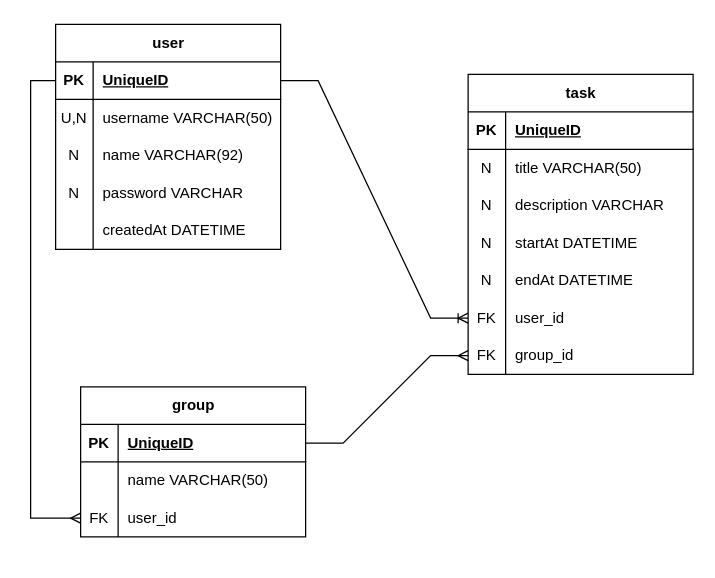
Earlier version of the draw.io diagram Diagrama sem nome.drawio (Julia-Teixeira/todolist-Java). Source tidied: cells renumbered, new cells numbered last; positions are measured from the earlier drawing's top-left corner, leaving out a move shared by most shapes. Both pictures are drawn from the tidied source at 125%, with x=0, y=0 at pixel (30, 24).
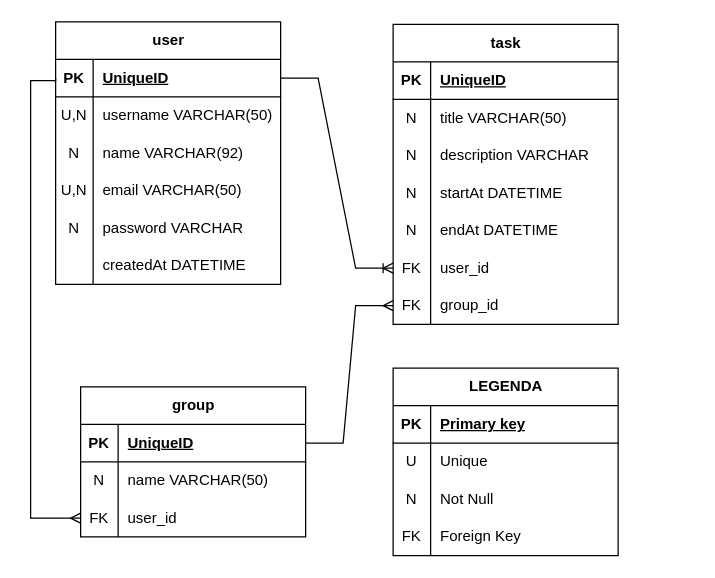
After the change.

The change refers to these unchanged cells:
```xml
<mxCell id="45" style="shape=tableRow;horizontal=0;startSize=0;swimlaneHead=0;swimlaneBody=0;fillColor=none;top=0;left=0;right=0;bottom=0;" parent="41" vertex="1">
  <mxGeometry y="60" width="180" height="30" as="geometry" />
</mxCell>
```

Change to the diagram source:
```diff
@@
     <mxCell id="2" value="user" style="shape=table;startSize=30;childLayout=tableLayout;rowLines=0;fontStyle=1;align=center;html=1;" parent="1" vertex="1">
-      <mxGeometry x="20" width="180" height="180" as="geometry" />
+      <mxGeometry x="20" y="-2" width="180" height="210" as="geometry" />
     </mxCell>
@@
+    <mxCell id="53" style="shape=tableRow;horizontal=0;startSize=0;swimlaneHead=0;swimlaneBody=0;fillColor=none;top=0;left=0;right=0;bottom=0;" parent="2" vertex="1">
+      <mxGeometry y="120" width="180" height="30" as="geometry" />
+    </mxCell>
+    <mxCell id="54" value="U,N" style="shape=partialRectangle;fillColor=none;top=0;left=0;bottom=0;right=0;overflow=hidden;whiteSpace=wrap;html=1;" parent="53" vertex="1">
+      <mxGeometry width="30" height="30" as="geometry" />
+    </mxCell>
+    <mxCell id="55" value="email VARCHAR(50)" style="shape=partialRectangle;fillColor=none;top=0;left=0;bottom=0;right=0;align=left;spacingLeft=6;overflow=hidden;whiteSpace=wrap;html=1;" parent="53" vertex="1">
+      <mxGeometry x="30" width="150" height="30" as="geometry" />
+    </mxCell>
     <mxCell id="12" style="shape=tableRow;horizontal=0;startSize=0;swimlaneHead=0;swimlaneBody=0;fillColor=none;top=0;left=0;right=0;bottom=0;" parent="2" vertex="1">
-      <mxGeometry y="120" width="180" height="30" as="geometry" />
+      <mxGeometry y="150" width="180" height="30" as="geometry" />
     </mxCell>
@@
     <mxCell id="15" style="shape=tableRow;horizontal=0;startSize=0;swimlaneHead=0;swimlaneBody=0;fillColor=none;top=0;left=0;right=0;bottom=0;" parent="2" vertex="1">
-      <mxGeometry y="150" width="180" height="30" as="geometry" />
+      <mxGeometry y="180" width="180" height="30" as="geometry" />
     </mxCell>
@@
     <mxCell id="18" value="task" style="shape=table;startSize=30;childLayout=tableLayout;rowLines=0;fontStyle=1;align=center;html=1;" parent="1" vertex="1">
-      <mxGeometry x="350" y="40" width="180" height="240" as="geometry" />
+      <mxGeometry x="290" width="180" height="240" as="geometry" />
     </mxCell>
@@
-    <mxCell id="46" style="shape=partialRectangle;fillColor=none;top=0;left=0;bottom=0;right=0;overflow=hidden;whiteSpace=wrap;html=1;" parent="45" vertex="1">
+    <mxCell id="46" value="N" style="shape=partialRectangle;fillColor=none;top=0;left=0;bottom=0;right=0;overflow=hidden;whiteSpace=wrap;html=1;" parent="45" vertex="1">
       <mxGeometry width="30" height="30" as="geometry" />
     </mxCell>
@@
+    <mxCell id="56" value="LEGENDA" style="shape=table;startSize=30;childLayout=tableLayout;rowLines=0;fontStyle=1;align=center;html=1;" parent="1" vertex="1">
+      <mxGeometry x="290" y="275" width="180" height="150" as="geometry" />
+    </mxCell>
+    <mxCell id="57" style="shape=tableRow;horizontal=0;startSize=0;swimlaneHead=0;swimlaneBody=0;fillColor=none;top=0;left=0;right=0;bottom=1;" parent="56" vertex="1">
+      <mxGeometry y="30" width="180" height="30" as="geometry" />
+    </mxCell>
+    <mxCell id="58" value="PK" style="shape=partialRectangle;fillColor=none;top=0;left=0;bottom=0;right=0;fontStyle=1;overflow=hidden;whiteSpace=wrap;html=1;" parent="57" vertex="1">
+      <mxGeometry width="30" height="30" as="geometry" />
+    </mxCell>
+    <mxCell id="59" value="Primary key" style="shape=partialRectangle;fillColor=none;top=0;left=0;bottom=0;right=0;align=left;spacingLeft=6;fontStyle=5;overflow=hidden;whiteSpace=wrap;html=1;" parent="57" vertex="1">
+      <mxGeometry x="30" width="150" height="30" as="geometry" />
+    </mxCell>
+    <mxCell id="60" style="shape=tableRow;horizontal=0;startSize=0;swimlaneHead=0;swimlaneBody=0;fillColor=none;top=0;left=0;right=0;bottom=0;" parent="56" vertex="1">
+      <mxGeometry y="60" width="180" height="30" as="geometry" />
+    </mxCell>
+    <mxCell id="61" value="U" style="shape=partialRectangle;fillColor=none;top=0;left=0;bottom=0;right=0;overflow=hidden;whiteSpace=wrap;html=1;" parent="60" vertex="1">
+      <mxGeometry width="30" height="30" as="geometry" />
+    </mxCell>
+    <mxCell id="62" value="Unique" style="shape=partialRectangle;fillColor=none;top=0;left=0;bottom=0;right=0;align=left;spacingLeft=6;overflow=hidden;whiteSpace=wrap;html=1;" parent="60" vertex="1">
+      <mxGeometry x="30" width="150" height="30" as="geometry" />
+    </mxCell>
+    <mxCell id="63" style="shape=tableRow;horizontal=0;startSize=0;swimlaneHead=0;swimlaneBody=0;fillColor=none;top=0;left=0;right=0;bottom=0;" parent="56" vertex="1">
+      <mxGeometry y="90" width="180" height="30" as="geometry" />
+    </mxCell>
+    <mxCell id="64" value="N" style="shape=partialRectangle;fillColor=none;top=0;left=0;bottom=0;right=0;overflow=hidden;whiteSpace=wrap;html=1;" parent="63" vertex="1">
+      <mxGeometry width="30" height="30" as="geometry" />
+    </mxCell>
+    <mxCell id="65" value="Not Null" style="shape=partialRectangle;fillColor=none;top=0;left=0;bottom=0;right=0;align=left;spacingLeft=6;overflow=hidden;whiteSpace=wrap;html=1;" parent="63" vertex="1">
+      <mxGeometry x="30" width="150" height="30" as="geometry" />
+    </mxCell>
+    <mxCell id="66" style="shape=tableRow;horizontal=0;startSize=0;swimlaneHead=0;swimlaneBody=0;fillColor=none;top=0;left=0;right=0;bottom=0;" parent="56" vertex="1">
+      <mxGeometry y="120" width="180" height="30" as="geometry" />
+    </mxCell>
+    <mxCell id="67" value="FK" style="shape=partialRectangle;fillColor=none;top=0;left=0;bottom=0;right=0;overflow=hidden;whiteSpace=wrap;html=1;" parent="66" vertex="1">
+      <mxGeometry width="30" height="30" as="geometry" />
+    </mxCell>
+    <mxCell id="68" value="Foreign Key" style="shape=partialRectangle;fillColor=none;top=0;left=0;bottom=0;right=0;align=left;spacingLeft=6;overflow=hidden;whiteSpace=wrap;html=1;" parent="66" vertex="1">
+      <mxGeometry x="30" width="150" height="30" as="geometry" />
+    </mxCell>
```
